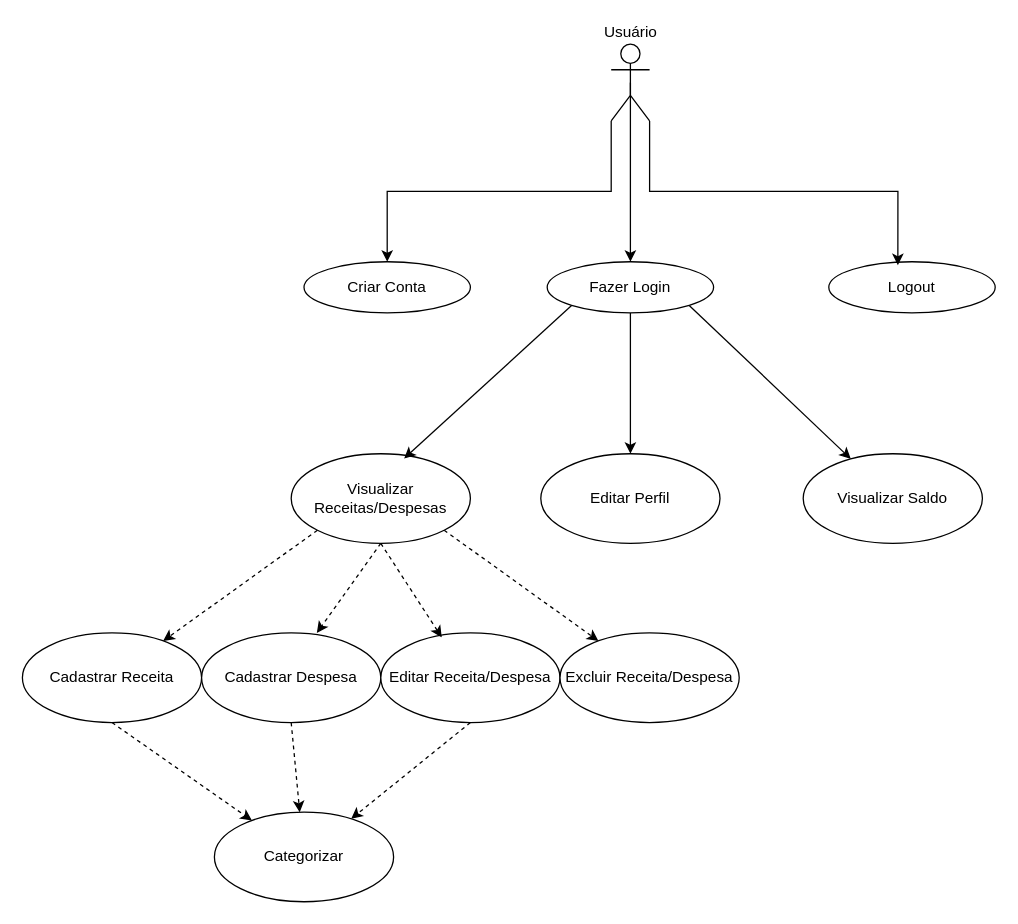
Before: Diagrams/finanFlowCasosDeUso.drawio in Anna21112/FinanFlow, a draw.io diagram. Source tidied: cells renumbered, new cells numbered last; positions are measured from the earlier drawing's top-left corner, leaving out a move shared by most shapes. Both pictures are drawn from the tidied source at 128%, with x=0, y=0 at pixel (22, 44).
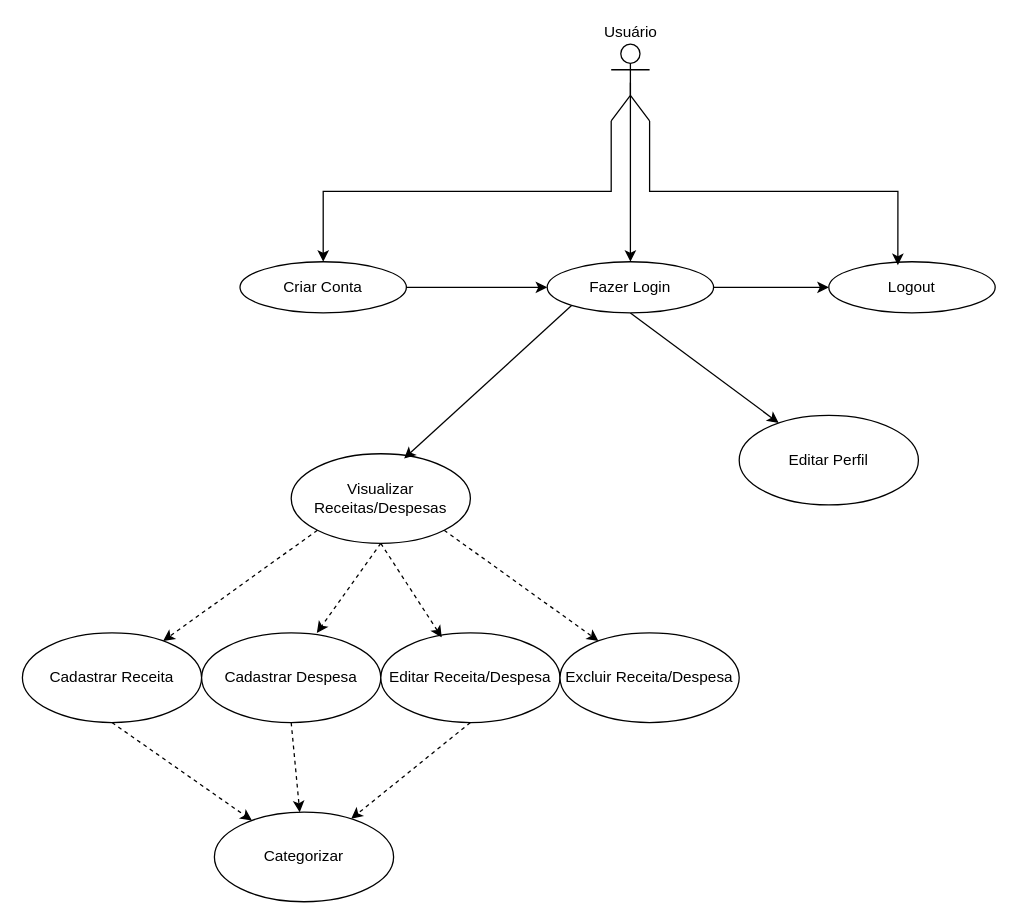
The same diagram, later.

Unchanged cells that the change refers to:
```xml
<mxCell id="8" value="Fazer Login" style="ellipse;whiteSpace=wrap;html=1;" parent="1" vertex="1">
  <mxGeometry x="410" y="170" width="130" height="40" as="geometry" />
</mxCell>
<mxCell id="9" value="Logout" style="ellipse;whiteSpace=wrap;html=1;" parent="1" vertex="1">
  <mxGeometry x="630" y="170" width="130" height="40" as="geometry" />
</mxCell>
```

What changed in the source:
```diff
@@
+    <mxCell id="27" style="edgeStyle=orthogonalEdgeStyle;rounded=0;jettySize=auto;html=1;entryX=0;entryY=0.5;entryDx=0;entryDy=0;" parent="1" edge="1" source="5" target="8">
+      <mxGeometry relative="1" as="geometry" />
+    </mxCell>
     <mxCell id="5" value="Criar Conta" style="ellipse;whiteSpace=wrap;html=1;" parent="1" vertex="1">
-      <mxGeometry x="220" y="170" width="130" height="40" as="geometry" />
+      <mxGeometry x="170" y="170" width="130" height="40" as="geometry" />
     </mxCell>
-    <mxCell id="6" style="edgeStyle=orthogonalEdgeStyle;rounded=0;jettySize=auto;html=1;exitX=0.5;exitY=1;exitDx=0;exitDy=0;" parent="1" edge="1" source="8" target="14">
+    <mxCell id="6" style="rounded=0;jettySize=auto;html=1;exitX=0.5;exitY=1;exitDx=0;exitDy=0;" parent="1" edge="1" source="8" target="14">
       <mxGeometry relative="1" as="geometry" />
     </mxCell>
-    <mxCell id="7" style="rounded=0;jettySize=auto;html=1;exitX=1;exitY=1;exitDx=0;exitDy=0;" parent="1" edge="1" source="8" target="15">
-      <mxGeometry relative="1" as="geometry" />
-    </mxCell>
+    <mxCell id="28" style="edgeStyle=orthogonalEdgeStyle;rounded=0;jettySize=auto;html=1;exitX=1;exitY=0.5;exitDx=0;exitDy=0;entryX=0;entryY=0.5;entryDx=0;entryDy=0;" parent="1" edge="1" source="8" target="9">
+      <mxGeometry relative="1" as="geometry" />
+    </mxCell>
@@
     <mxCell id="14" value="Editar Perfil" style="ellipse;whiteSpace=wrap;html=1;" parent="1" vertex="1">
-      <mxGeometry x="405" y="320" width="140" height="70" as="geometry" />
+      <mxGeometry x="560" y="290" width="140" height="70" as="geometry" />
     </mxCell>
-    <mxCell id="15" value="Visualizar Saldo" style="ellipse;whiteSpace=wrap;html=1;" parent="1" vertex="1">
-      <mxGeometry x="610" y="320" width="140" height="70" as="geometry" />
-    </mxCell>
```
